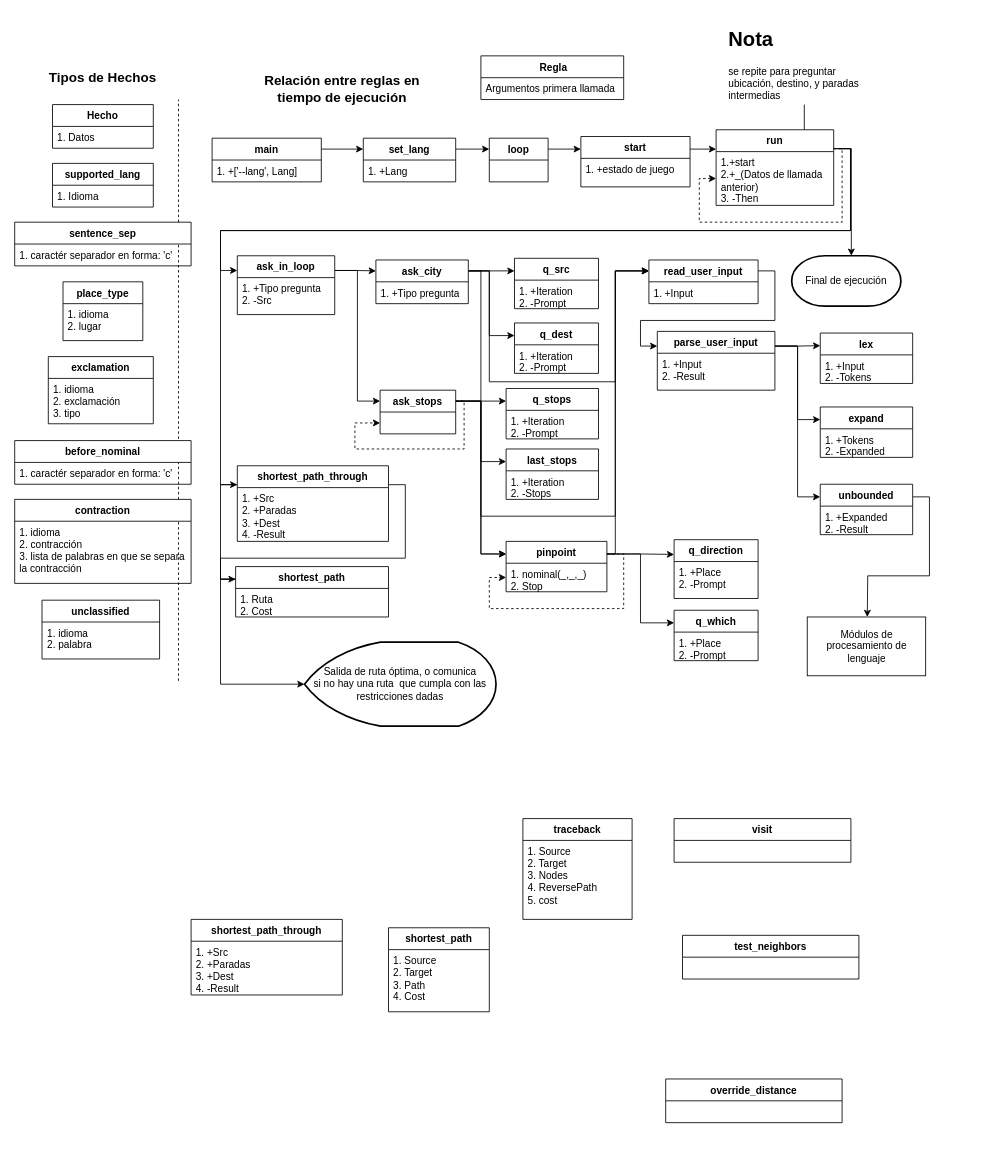
Above: doc/Diagrama.drawio in Josfemova/wazelog (draw.io), before the change. Source tidied: cells renumbered, new cells numbered last; positions are measured from the earlier drawing's top-left corner, leaving out a move shared by most shapes. Both pictures are drawn from the tidied source at 84%, with x=0, y=0 at pixel (14, 23).
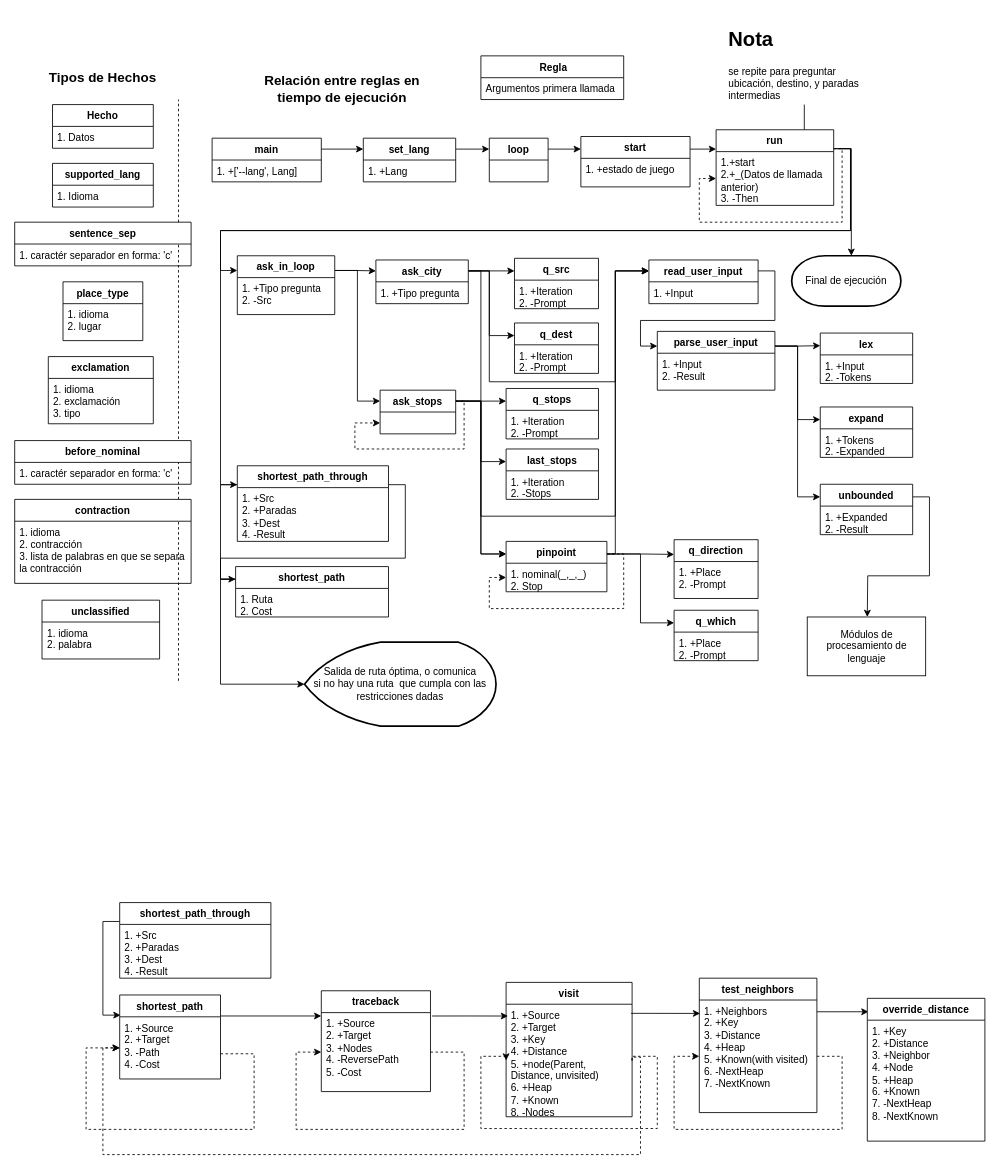
The same page after the edit.

Commit message (it also covers changes not shown here):
add pathfinding diagram

Change to the diagram source:
```diff
@@
+    <mxCell id="115" style="edgeStyle=orthogonalEdgeStyle;rounded=0;jettySize=auto;html=1;exitX=1.015;exitY=0.043;exitDx=0;exitDy=0;entryX=0.015;entryY=0.105;entryDx=0;entryDy=0;entryPerimeter=0;endArrow=classic;endFill=1;exitPerimeter=0;" parent="1" edge="1" source="88" target="103">
+      <mxGeometry relative="1" as="geometry" />
+    </mxCell>
     <mxCell id="87" value="traceback" style="swimlane;fontStyle=1;align=center;verticalAlign=top;horizontal=1;startSize=26;" parent="1" vertex="1">
-      <mxGeometry x="605" y="947" width="130" height="120" as="geometry" />
+      <mxGeometry x="365" y="1152" width="130" height="120" as="geometry" />
     </mxCell>
+    <mxCell id="116" style="edgeStyle=orthogonalEdgeStyle;rounded=0;orthogonalLoop=1;jettySize=auto;html=1;exitX=1;exitY=0.5;exitDx=0;exitDy=0;endArrow=classic;endFill=1;entryX=0;entryY=0.5;entryDx=0;entryDy=0;dashed=1;" parent="87" edge="1" source="88" target="88">
+      <mxGeometry relative="1" as="geometry">
+        <Array as="points">
+          <mxPoint x="170" y="73" />
+          <mxPoint x="170" y="165" />
+          <mxPoint x="-30" y="165" />
+          <mxPoint x="-30" y="73" />
+        </Array>
+      </mxGeometry>
+    </mxCell>
-    <mxCell id="88" value="1. Source&#10;2. Target&#10;3. Nodes&#10;4. ReversePath&#10;5. cost" style="text;strokeColor=none;fillColor=none;align=left;verticalAlign=top;spacingLeft=4;spacingRight=4;overflow=hidden;points=[[0,0.5],[1,0.5]];portConstraint=eastwest;whiteSpace=wrap;" parent="87" vertex="1">
+    <mxCell id="88" value="1. +Source&#10;2. +Target&#10;3. +Nodes&#10;4. -ReversePath&#10;5. -Cost" style="text;strokeColor=none;fillColor=none;align=left;verticalAlign=top;spacingLeft=4;spacingRight=4;overflow=hidden;points=[[0,0.5],[1,0.5]];portConstraint=eastwest;whiteSpace=wrap;" parent="87" vertex="1">
       <mxGeometry y="26" width="130" height="94" as="geometry" />
     </mxCell>
@@
+    <mxCell id="117" style="edgeStyle=orthogonalEdgeStyle;rounded=0;jettySize=auto;html=1;exitX=1;exitY=0.25;exitDx=0;exitDy=0;entryX=0.01;entryY=0.094;entryDx=0;entryDy=0;entryPerimeter=0;endArrow=classic;endFill=1;" parent="1" edge="1" source="92" target="113">
+      <mxGeometry relative="1" as="geometry" />
+    </mxCell>
     <mxCell id="92" value="test_neighbors" style="swimlane;fontStyle=1;align=center;verticalAlign=top;horizontal=1;startSize=26;" parent="1" vertex="1">
-      <mxGeometry x="795" y="1086" width="210" height="52" as="geometry" />
+      <mxGeometry x="815" y="1137" width="140" height="160" as="geometry" />
     </mxCell>
-    <mxCell id="93" value=" " style="text;strokeColor=none;fillColor=none;align=left;verticalAlign=top;spacingLeft=4;spacingRight=4;overflow=hidden;points=[[0,0.5],[1,0.5]];portConstraint=eastwest;whiteSpace=wrap;" parent="92" vertex="1">
-      <mxGeometry y="26" width="210" height="26" as="geometry" />
+    <mxCell id="93" value="1. +Neighbors&#10;2. +Key&#10;3. +Distance&#10;4. +Heap&#10;5. +Known(with visited)&#10;6. -NextHeap&#10;7. -NextKnown" style="text;strokeColor=none;fillColor=none;align=left;verticalAlign=top;spacingLeft=4;spacingRight=4;overflow=hidden;points=[[0,0.5],[1,0.5]];portConstraint=eastwest;whiteSpace=wrap;" parent="92" vertex="1">
+      <mxGeometry y="26" width="140" height="134" as="geometry" />
     </mxCell>
+    <mxCell id="118" style="edgeStyle=orthogonalEdgeStyle;rounded=0;orthogonalLoop=1;jettySize=auto;html=1;exitX=1;exitY=0.5;exitDx=0;exitDy=0;entryX=0;entryY=0.5;entryDx=0;entryDy=0;endArrow=classic;endFill=1;dashed=1;" parent="92" edge="1" source="93" target="93">
+      <mxGeometry relative="1" as="geometry">
+        <Array as="points">
+          <mxPoint x="170" y="93" />
+          <mxPoint x="170" y="180" />
+          <mxPoint x="-30" y="180" />
+          <mxPoint x="-30" y="93" />
+        </Array>
+      </mxGeometry>
+    </mxCell>
@@
+    <mxCell id="119" style="edgeStyle=orthogonalEdgeStyle;rounded=0;jettySize=auto;html=1;exitX=0.992;exitY=0.081;exitDx=0;exitDy=0;endArrow=classic;endFill=1;entryX=0.007;entryY=0.119;entryDx=0;entryDy=0;entryPerimeter=0;exitPerimeter=0;" parent="1" edge="1" source="103" target="93">
+      <mxGeometry relative="1" as="geometry" />
+    </mxCell>
     <mxCell id="102" value="visit" style="swimlane;fontStyle=1;align=center;verticalAlign=top;horizontal=1;startSize=26;" parent="1" vertex="1">
-      <mxGeometry x="785" y="947" width="210.5" height="52" as="geometry" />
+      <mxGeometry x="585" y="1142" width="150" height="160" as="geometry" />
     </mxCell>
-    <mxCell id="103" value=" " style="text;strokeColor=none;fillColor=none;align=left;verticalAlign=top;spacingLeft=4;spacingRight=4;overflow=hidden;points=[[0,0.5],[1,0.5]];portConstraint=eastwest;whiteSpace=wrap;" parent="102" vertex="1">
-      <mxGeometry y="26" width="210.5" height="26" as="geometry" />
+    <mxCell id="103" value="1. +Source&#10;2. +Target&#10;3. +Key&#10;4. +Distance&#10;5. +node(Parent, Distance, unvisited)&#10;6. +Heap&#10;7. +Known&#10;8. -Nodes" style="text;strokeColor=none;fillColor=none;align=left;verticalAlign=top;spacingLeft=4;spacingRight=4;overflow=hidden;points=[[0,0.5],[1,0.5]];portConstraint=eastwest;whiteSpace=wrap;" parent="102" vertex="1">
+      <mxGeometry y="26" width="150" height="134" as="geometry" />
     </mxCell>
+    <mxCell id="120" style="edgeStyle=orthogonalEdgeStyle;rounded=0;orthogonalLoop=1;jettySize=auto;html=1;exitX=1;exitY=0.5;exitDx=0;exitDy=0;entryX=0;entryY=0.5;entryDx=0;entryDy=0;endArrow=classic;endFill=1;dashed=1;" parent="102" edge="1" source="103" target="103">
+      <mxGeometry relative="1" as="geometry">
+        <Array as="points">
+          <mxPoint x="150" y="88" />
+          <mxPoint x="180" y="88" />
+          <mxPoint x="180" y="174" />
+          <mxPoint x="-30" y="174" />
+          <mxPoint x="-30" y="88" />
+          <mxPoint y="88" />
+        </Array>
+      </mxGeometry>
+    </mxCell>
@@
+    <mxCell id="121" style="edgeStyle=orthogonalEdgeStyle;rounded=0;jettySize=auto;html=1;exitX=0;exitY=0.25;exitDx=0;exitDy=0;entryX=0.008;entryY=-0.027;entryDx=0;entryDy=0;entryPerimeter=0;endArrow=classic;endFill=1;" parent="1" edge="1" source="109" target="112">
+      <mxGeometry relative="1" as="geometry" />
+    </mxCell>
     <mxCell id="109" value="shortest_path_through" style="swimlane;fontStyle=1;align=center;verticalAlign=top;horizontal=1;startSize=26;" parent="1" vertex="1">
-      <mxGeometry x="210" y="1067" width="180" height="90" as="geometry" />
+      <mxGeometry x="125" y="1047" width="180" height="90" as="geometry" />
     </mxCell>
@@
+    <mxCell id="122" style="edgeStyle=orthogonalEdgeStyle;rounded=0;jettySize=auto;html=1;exitX=1;exitY=0.25;exitDx=0;exitDy=0;endArrow=classic;endFill=1;entryX=0;entryY=0.25;entryDx=0;entryDy=0;" parent="1" edge="1" source="111" target="87">
+      <mxGeometry relative="1" as="geometry" />
+    </mxCell>
     <mxCell id="111" value="shortest_path" style="swimlane;fontStyle=1;align=center;verticalAlign=top;horizontal=1;startSize=26;" parent="1" vertex="1">
-      <mxGeometry x="445" y="1077" width="120" height="100" as="geometry" />
+      <mxGeometry x="125" y="1157" width="120" height="100" as="geometry" />
     </mxCell>
-    <mxCell id="112" value="1. Source&#10;2. Target&#10;3. Path&#10;4. Cost" style="text;strokeColor=none;fillColor=none;align=left;verticalAlign=top;spacingLeft=4;spacingRight=4;overflow=hidden;points=[[0,0.5],[1,0.5]];portConstraint=eastwest;whiteSpace=wrap;" parent="111" vertex="1">
+    <mxCell id="112" value="1. +Source&#10;2. +Target&#10;3. -Path&#10;4. -Cost" style="text;strokeColor=none;fillColor=none;align=left;verticalAlign=top;spacingLeft=4;spacingRight=4;overflow=hidden;points=[[0,0.5],[1,0.5]];portConstraint=eastwest;whiteSpace=wrap;" parent="111" vertex="1">
       <mxGeometry y="26" width="120" height="74" as="geometry" />
     </mxCell>
+    <mxCell id="123" style="edgeStyle=orthogonalEdgeStyle;rounded=0;orthogonalLoop=1;jettySize=auto;html=1;endArrow=classic;endFill=1;dashed=1;" parent="111" edge="1">
+      <mxGeometry relative="1" as="geometry">
+        <mxPoint x="120" y="70" as="sourcePoint" />
+        <mxPoint y="63" as="targetPoint" />
+        <Array as="points">
+          <mxPoint x="160" y="70" />
+          <mxPoint x="160" y="160" />
+          <mxPoint x="-40" y="160" />
+          <mxPoint x="-40" y="63" />
+        </Array>
+      </mxGeometry>
+    </mxCell>
     <mxCell id="113" value="override_distance" style="swimlane;fontStyle=1;align=center;verticalAlign=top;horizontal=1;startSize=26;" parent="1" vertex="1">
-      <mxGeometry x="775" y="1257" width="210" height="52" as="geometry" />
+      <mxGeometry x="1015" y="1161" width="140" height="170" as="geometry" />
     </mxCell>
-    <mxCell id="114" value=" " style="text;strokeColor=none;fillColor=none;align=left;verticalAlign=top;spacingLeft=4;spacingRight=4;overflow=hidden;whiteSpace=wrap;" parent="113" vertex="1">
-      <mxGeometry y="26" width="210" height="26" as="geometry" />
+    <mxCell id="114" value="1. +Key&#10;2. +Distance&#10;3. +Neighbor&#10;4. +Node&#10;5. +Heap&#10;6. +Known&#10;7. -NextHeap&#10;8. -NextKnown&#10;" style="text;strokeColor=none;fillColor=none;align=left;verticalAlign=top;spacingLeft=4;spacingRight=4;overflow=hidden;whiteSpace=wrap;" parent="113" vertex="1">
+      <mxGeometry y="26" width="140" height="144" as="geometry" />
     </mxCell>
+    <mxCell id="124" style="edgeStyle=orthogonalEdgeStyle;rounded=0;jettySize=auto;html=1;exitX=1;exitY=0.5;exitDx=0;exitDy=0;entryX=0;entryY=0.5;entryDx=0;entryDy=0;endArrow=classic;endFill=1;dashed=1;" parent="1" edge="1" source="103" target="112">
+      <mxGeometry relative="1" as="geometry">
+        <Array as="points">
+          <mxPoint x="735" y="1231" />
+          <mxPoint x="745" y="1231" />
+          <mxPoint x="745" y="1347" />
+          <mxPoint x="105" y="1347" />
+          <mxPoint x="105" y="1220" />
+        </Array>
+      </mxGeometry>
+    </mxCell>
```
